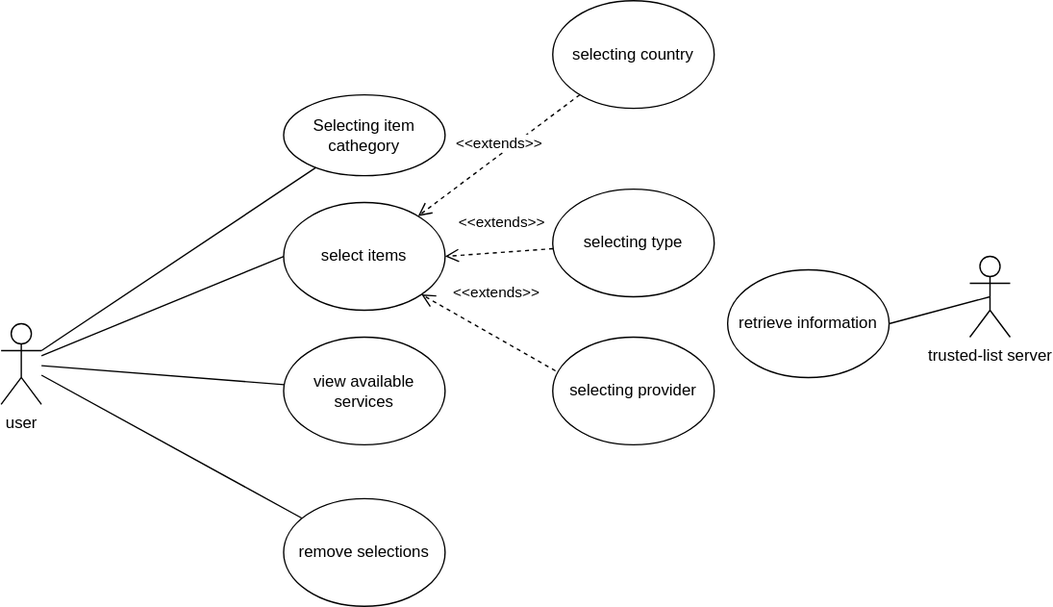
Earlier version of the draw.io export documentation/requirements/use_cases_diagram.svg (Geostartico/Trusted-list-browser). Source tidied: cells renumbered, new cells last; positions are measured from the earlier drawing's top-left corner, leaving out a move shared by most shapes.
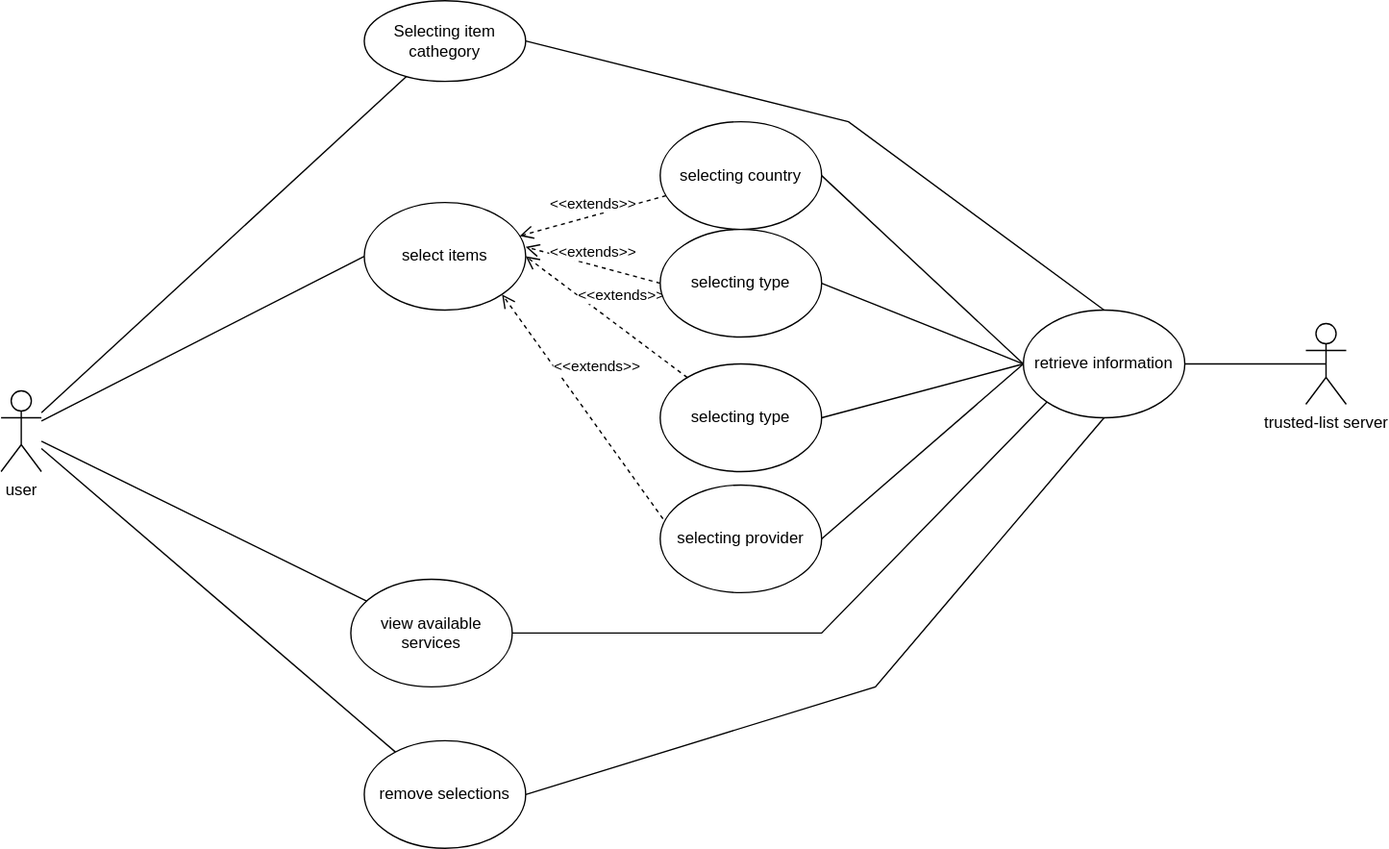
Above is the later version.

Diff of the diagram source:
```diff
@@ -3,28 +3,28 @@
     <mxCell id="0" />
     <mxCell id="1" parent="0" />
     <mxCell id="2" value="&lt;div&gt;user&lt;/div&gt;&lt;div&gt;&lt;br&gt;&lt;/div&gt;" style="shape=umlActor;verticalLabelPosition=bottom;verticalAlign=top;html=1;outlineConnect=0;" parent="1" vertex="1">
-      <mxGeometry y="240" width="30" height="60" as="geometry" />
+      <mxGeometry x="-60" y="180" width="30" height="60" as="geometry" />
     </mxCell>
     <mxCell id="3" value="Selecting item cathegory" style="ellipse;whiteSpace=wrap;html=1;" parent="1" vertex="1">
-      <mxGeometry x="210" y="70" width="120" height="60" as="geometry" />
+      <mxGeometry x="210" y="-110" width="120" height="60" as="geometry" />
     </mxCell>
     <mxCell id="4" style="endArrow=none;html=1;rounded=0;" parent="1" edge="1" source="2" target="3">
       <mxGeometry relative="1" as="geometry" />
     </mxCell>
     <mxCell id="5" value="select items" style="ellipse;whiteSpace=wrap;html=1;" parent="1" vertex="1">
-      <mxGeometry x="210" y="150" width="120" height="80" as="geometry" />
+      <mxGeometry x="210" y="40" width="120" height="80" as="geometry" />
     </mxCell>
     <mxCell id="6" style="endArrow=none;html=1;rounded=0;entryX=0;entryY=0.5;entryDx=0;entryDy=0;" parent="1" edge="1" source="2" target="5">
       <mxGeometry relative="1" as="geometry" />
     </mxCell>
     <mxCell id="7" value="selecting country" style="ellipse;whiteSpace=wrap;html=1;" parent="1" vertex="1">
-      <mxGeometry x="410" width="120" height="80" as="geometry" />
+      <mxGeometry x="430" y="-20" width="120" height="80" as="geometry" />
     </mxCell>
     <mxCell id="8" value="selecting type" style="ellipse;whiteSpace=wrap;html=1;" parent="1" vertex="1">
-      <mxGeometry x="410" y="140" width="120" height="80" as="geometry" />
+      <mxGeometry x="430" y="160" width="120" height="80" as="geometry" />
     </mxCell>
     <mxCell id="9" value="selecting provider" style="ellipse;whiteSpace=wrap;html=1;" parent="1" vertex="1">
-      <mxGeometry x="410" y="250" width="120" height="80" as="geometry" />
+      <mxGeometry x="430" y="250" width="120" height="80" as="geometry" />
     </mxCell>
     <mxCell id="10" value="&amp;lt;&amp;lt;extends&amp;gt;&amp;gt;" style="html=1;verticalAlign=bottom;endArrow=open;dashed=1;endSize=8;rounded=0;" parent="1" edge="1" source="7" target="5">
       <mxGeometry relative="1" as="geometry" />
@@ -38,25 +38,64 @@
       <mxGeometry x="0.1" y="-21" relative="1" as="geometry" />
     </mxCell>
     <mxCell id="13" value="view available services" style="ellipse;whiteSpace=wrap;html=1;" parent="1" vertex="1">
-      <mxGeometry x="210" y="250" width="120" height="80" as="geometry" />
+      <mxGeometry x="200" y="320" width="120" height="80" as="geometry" />
     </mxCell>
     <mxCell id="14" style="endArrow=none;html=1;rounded=0;" parent="1" edge="1" source="2" target="13">
       <mxGeometry relative="1" as="geometry" />
     </mxCell>
     <mxCell id="15" value="remove selections" style="ellipse;whiteSpace=wrap;html=1;" parent="1" vertex="1">
-      <mxGeometry x="210" y="370" width="120" height="80" as="geometry" />
+      <mxGeometry x="210" y="440" width="120" height="80" as="geometry" />
     </mxCell>
     <mxCell id="16" style="endArrow=none;html=1;rounded=0;" parent="1" edge="1" source="2" target="15">
       <mxGeometry relative="1" as="geometry" />
     </mxCell>
     <mxCell id="17" value="trusted-list server" style="shape=umlActor;verticalLabelPosition=bottom;verticalAlign=top;html=1;outlineConnect=0;" parent="1" vertex="1">
-      <mxGeometry x="720" y="190" width="30" height="60" as="geometry" />
+      <mxGeometry x="910" y="130" width="30" height="60" as="geometry" />
     </mxCell>
     <mxCell id="18" value="retrieve information" style="ellipse;whiteSpace=wrap;html=1;" parent="1" vertex="1">
-      <mxGeometry x="540" y="200" width="120" height="80" as="geometry" />
+      <mxGeometry x="700" y="120" width="120" height="80" as="geometry" />
     </mxCell>
     <mxCell id="19" style="endArrow=none;html=1;rounded=0;exitX=1;exitY=0.5;exitDx=0;exitDy=0;entryX=0.5;entryY=0.5;entryDx=0;entryDy=0;entryPerimeter=0;" parent="1" edge="1" source="18" target="17">
       <mxGeometry relative="1" as="geometry" />
     </mxCell>
+    <mxCell id="20" value="selecting type" style="ellipse;whiteSpace=wrap;html=1;" parent="1" vertex="1">
+      <mxGeometry x="430" y="60" width="120" height="80" as="geometry" />
+    </mxCell>
+    <mxCell id="21" value="&amp;lt;&amp;lt;extends&amp;gt;&amp;gt;" style="html=1;verticalAlign=bottom;endArrow=open;dashed=1;endSize=8;rounded=0;sourcePerimeterSpacing=8;targetPerimeterSpacing=8;curved=1;exitX=0;exitY=0.5;exitDx=0;exitDy=0;entryX=1;entryY=0.413;entryDx=0;entryDy=0;entryPerimeter=0;" parent="1" edge="1" source="20" target="5">
+      <mxGeometry relative="1" as="geometry" />
+    </mxCell>
+    <mxCell id="22" style="endArrow=none;html=1;rounded=0;entryX=0.5;entryY=0;entryDx=0;entryDy=0;exitX=1;exitY=0.5;exitDx=0;exitDy=0;" parent="1" edge="1" source="3" target="18">
+      <mxGeometry relative="1" as="geometry">
+        <Array as="points">
+          <mxPoint x="570" y="-20" />
+        </Array>
+      </mxGeometry>
+    </mxCell>
+    <mxCell id="23" style="endArrow=none;html=1;rounded=0;entryX=0;entryY=0.5;entryDx=0;entryDy=0;exitX=1;exitY=0.5;exitDx=0;exitDy=0;" parent="1" edge="1" source="7" target="18">
+      <mxGeometry relative="1" as="geometry" />
+    </mxCell>
+    <mxCell id="24" style="endArrow=none;html=1;rounded=0;entryX=0;entryY=0.5;entryDx=0;entryDy=0;exitX=1;exitY=0.5;exitDx=0;exitDy=0;" parent="1" edge="1" source="20" target="18">
+      <mxGeometry relative="1" as="geometry" />
+    </mxCell>
+    <mxCell id="25" style="endArrow=none;html=1;rounded=0;entryX=0;entryY=0.5;entryDx=0;entryDy=0;exitX=1;exitY=0.5;exitDx=0;exitDy=0;" parent="1" edge="1" source="8" target="18">
+      <mxGeometry relative="1" as="geometry" />
+    </mxCell>
+    <mxCell id="26" style="endArrow=none;html=1;rounded=0;entryX=0;entryY=0.5;entryDx=0;entryDy=0;exitX=1;exitY=0.5;exitDx=0;exitDy=0;" parent="1" edge="1" source="9" target="18">
+      <mxGeometry relative="1" as="geometry" />
+    </mxCell>
+    <mxCell id="27" style="endArrow=none;html=1;rounded=0;entryX=0;entryY=1;entryDx=0;entryDy=0;exitX=1;exitY=0.5;exitDx=0;exitDy=0;" parent="1" edge="1" source="13" target="18">
+      <mxGeometry relative="1" as="geometry">
+        <Array as="points">
+          <mxPoint x="550" y="360" />
+        </Array>
+      </mxGeometry>
+    </mxCell>
+    <mxCell id="28" style="endArrow=none;html=1;rounded=0;entryX=0.5;entryY=1;entryDx=0;entryDy=0;exitX=1;exitY=0.5;exitDx=0;exitDy=0;" parent="1" edge="1" source="15" target="18">
+      <mxGeometry relative="1" as="geometry">
+        <Array as="points">
+          <mxPoint x="590" y="400" />
+        </Array>
+      </mxGeometry>
+    </mxCell>
   </root>
 </mxGraphModel>
```
